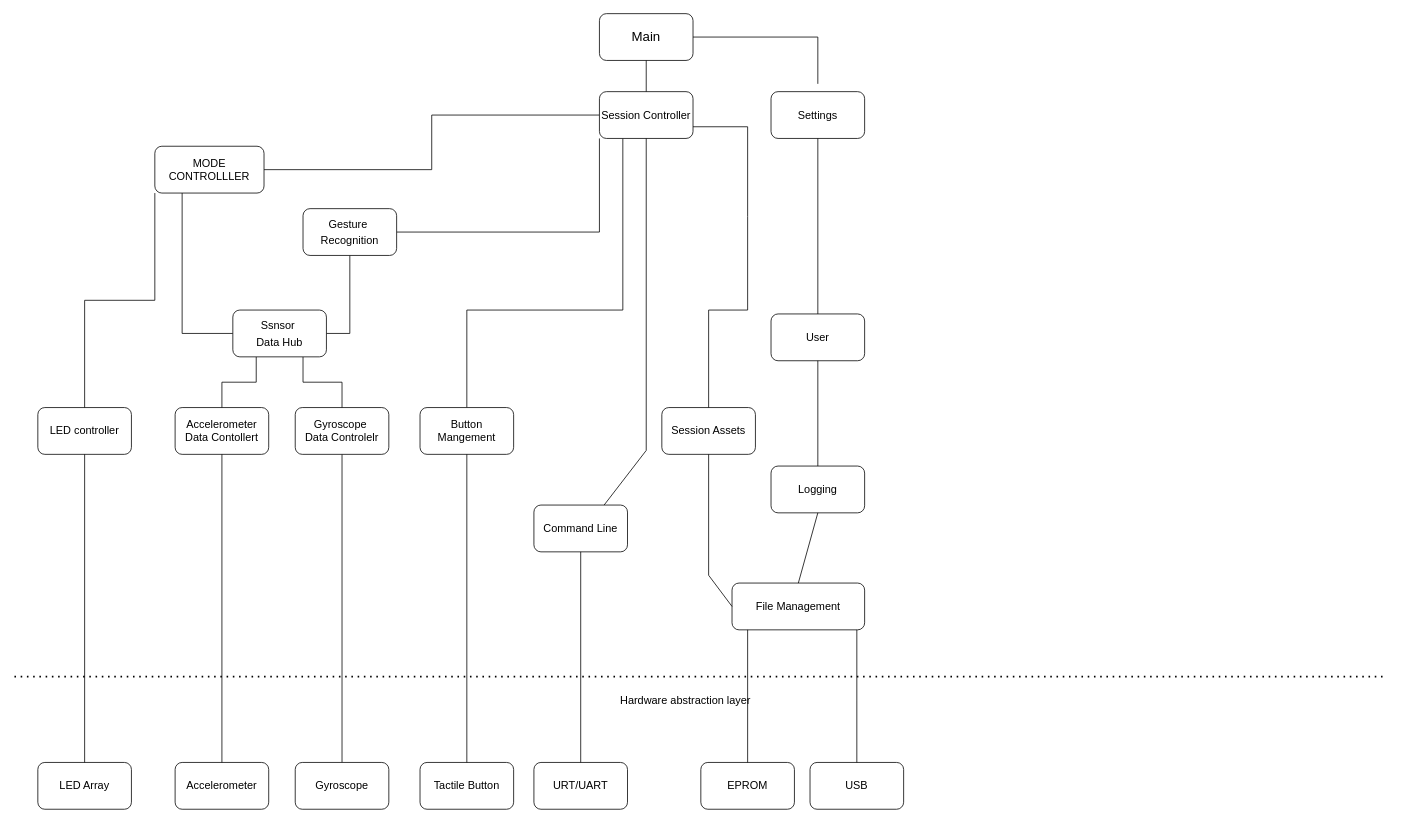
Above: page "HoC" (3 of 4) of homework_week_6/Assets/Final_project.drawio in error404notfound/making-embedded-systems-homework (draw.io), before the change. Source tidied: cells renumbered, new cells numbered last; positions are measured from the earlier drawing's top-left corner, leaving out a move shared by most shapes. Both pictures are drawn from the tidied source at 78%, with x=0, y=0 at pixel (14, 13).
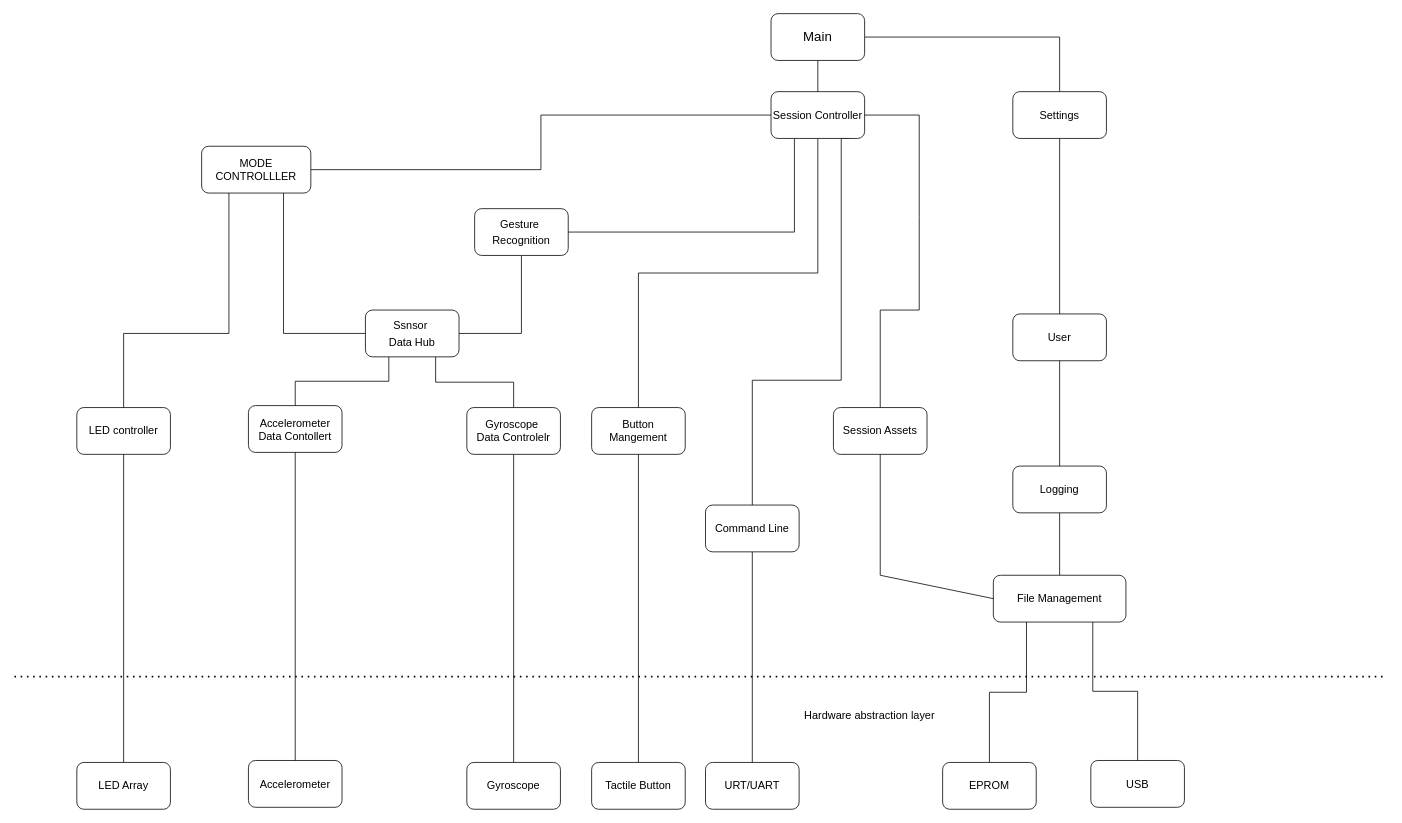
The same page after the edit.

What changed in the source:
```diff
@@
+    <mxCell id="49" style="edgeStyle=orthogonalEdgeStyle;rounded=0;jettySize=auto;html=1;exitX=1;exitY=0.5;exitDx=0;exitDy=0;entryX=0.5;entryY=0;entryDx=0;entryDy=0;endArrow=none;endFill=0;" parent="1" edge="1" source="2" target="24">
+      <mxGeometry relative="1" as="geometry" />
+    </mxCell>
     <mxCell id="2" value="Main" style="rounded=1;whiteSpace=wrap;html=1;fontSize=17;" parent="1" vertex="1">
-      <mxGeometry x="750" width="120" height="60" as="geometry" />
+      <mxGeometry x="970" width="120" height="60" as="geometry" />
     </mxCell>
-    <mxCell id="3" style="edgeStyle=orthogonalEdgeStyle;rounded=0;jettySize=auto;html=1;exitX=1;exitY=0.5;exitDx=0;exitDy=0;endArrow=none;endFill=0;entryX=0;entryY=1;entryDx=0;entryDy=0;" parent="1" edge="1" source="5" target="13">
-      <mxGeometry relative="1" as="geometry">
-        <Array as="points">
-          <mxPoint x="750" y="280" />
-        </Array>
-      </mxGeometry>
-    </mxCell>
@@
     <mxCell id="5" value="&lt;font style=&quot;font-size: 14px&quot;&gt;Gesture&amp;nbsp;&lt;br&gt;Recognition&lt;br&gt;&lt;/font&gt;" style="rounded=1;whiteSpace=wrap;html=1;fontSize=17;" parent="1" vertex="1">
-      <mxGeometry x="370" y="250" width="120" height="60" as="geometry" />
+      <mxGeometry x="590" y="250" width="120" height="60" as="geometry" />
     </mxCell>
     <mxCell id="6" value="Command Line" style="rounded=1;whiteSpace=wrap;html=1;fontSize=14;" parent="1" vertex="1">
-      <mxGeometry x="666" y="630" width="120" height="60" as="geometry" />
+      <mxGeometry x="886" y="630" width="120" height="60" as="geometry" />
     </mxCell>
+    <mxCell id="50" style="edgeStyle=orthogonalEdgeStyle;rounded=0;jettySize=auto;html=1;exitX=0.5;exitY=1;exitDx=0;exitDy=0;endArrow=none;endFill=0;" parent="1" edge="1" source="7" target="30">
+      <mxGeometry relative="1" as="geometry" />
+    </mxCell>
     <mxCell id="7" value="Logging" style="rounded=1;whiteSpace=wrap;html=1;fontSize=14;" parent="1" vertex="1">
-      <mxGeometry x="970" y="580" width="120" height="60" as="geometry" />
+      <mxGeometry x="1280" y="580" width="120" height="60" as="geometry" />
     </mxCell>
     <mxCell id="8" value="LED controller" style="rounded=1;whiteSpace=wrap;html=1;fontSize=14;" parent="1" vertex="1">
-      <mxGeometry x="30" y="505" width="120" height="60" as="geometry" />
+      <mxGeometry x="80" y="505" width="120" height="60" as="geometry" />
     </mxCell>
-    <mxCell id="9" style="edgeStyle=orthogonalEdgeStyle;rounded=0;jettySize=auto;html=1;entryX=0.25;entryY=1;entryDx=0;entryDy=0;endArrow=none;endFill=0;" parent="1" edge="1" source="10" target="13">
-      <mxGeometry relative="1" as="geometry">
-        <Array as="points">
-          <mxPoint x="580" y="380" />
-          <mxPoint x="780" y="380" />
-        </Array>
-      </mxGeometry>
-    </mxCell>
     <mxCell id="10" value="Button Mangement" style="rounded=1;whiteSpace=wrap;html=1;fontSize=14;" parent="1" vertex="1">
-      <mxGeometry x="520" y="505" width="120" height="60" as="geometry" />
+      <mxGeometry x="740" y="505" width="120" height="60" as="geometry" />
     </mxCell>
     <mxCell id="11" value="User" style="rounded=1;whiteSpace=wrap;html=1;fontSize=14;" parent="1" vertex="1">
-      <mxGeometry x="970" y="385" width="120" height="60" as="geometry" />
+      <mxGeometry x="1280" y="385" width="120" height="60" as="geometry" />
     </mxCell>
@@
+    <mxCell id="51" style="edgeStyle=orthogonalEdgeStyle;rounded=0;jettySize=auto;html=1;entryX=0.5;entryY=0;entryDx=0;entryDy=0;endArrow=none;endFill=0;" parent="1" edge="1" target="6">
+      <mxGeometry relative="1" as="geometry">
+        <mxPoint x="1070" y="160" as="sourcePoint" />
+        <Array as="points">
+          <mxPoint x="1060" y="470" />
+          <mxPoint x="946" y="470" />
+        </Array>
+      </mxGeometry>
+    </mxCell>
+    <mxCell id="52" style="edgeStyle=orthogonalEdgeStyle;rounded=0;jettySize=auto;html=1;exitX=0.5;exitY=1;exitDx=0;exitDy=0;entryX=0.5;entryY=0;entryDx=0;entryDy=0;endArrow=none;endFill=0;" parent="1" edge="1" source="13" target="10">
+      <mxGeometry relative="1" as="geometry" />
+    </mxCell>
+    <mxCell id="53" style="edgeStyle=orthogonalEdgeStyle;rounded=0;jettySize=auto;html=1;exitX=0.25;exitY=1;exitDx=0;exitDy=0;entryX=1;entryY=0.5;entryDx=0;entryDy=0;endArrow=none;endFill=0;" parent="1" edge="1" source="13" target="5">
+      <mxGeometry relative="1" as="geometry" />
+    </mxCell>
     <mxCell id="13" value="Session Controller" style="rounded=1;whiteSpace=wrap;html=1;fontSize=14;" parent="1" vertex="1">
-      <mxGeometry x="750" y="100" width="120" height="60" as="geometry" />
+      <mxGeometry x="970" y="100" width="120" height="60" as="geometry" />
     </mxCell>
-    <mxCell id="14" style="edgeStyle=orthogonalEdgeStyle;rounded=0;jettySize=auto;html=1;exitX=0;exitY=1;exitDx=0;exitDy=0;endArrow=none;endFill=0;" parent="1" edge="1" source="16" target="8">
-      <mxGeometry relative="1" as="geometry" />
+    <mxCell id="14" style="edgeStyle=orthogonalEdgeStyle;rounded=0;jettySize=auto;html=1;exitX=0.25;exitY=1;exitDx=0;exitDy=0;endArrow=none;endFill=0;" parent="1" edge="1" source="16" target="8">
+      <mxGeometry relative="1" as="geometry">
+        <Array as="points">
+          <mxPoint x="275" y="410" />
+          <mxPoint x="140" y="410" />
+        </Array>
+      </mxGeometry>
     </mxCell>
-    <mxCell id="15" style="edgeStyle=orthogonalEdgeStyle;rounded=0;jettySize=auto;html=1;exitX=0.25;exitY=1;exitDx=0;exitDy=0;entryX=0;entryY=0.5;entryDx=0;entryDy=0;endArrow=none;endFill=0;" parent="1" edge="1" source="16" target="46">
+    <mxCell id="15" style="edgeStyle=orthogonalEdgeStyle;rounded=0;jettySize=auto;html=1;exitX=0.75;exitY=1;exitDx=0;exitDy=0;entryX=0;entryY=0.5;entryDx=0;entryDy=0;endArrow=none;endFill=0;" parent="1" edge="1" source="16" target="46">
       <mxGeometry relative="1" as="geometry" />
     </mxCell>
     <mxCell id="16" value="MODE&lt;br&gt;CONTROLLLER&lt;br&gt;" style="rounded=1;whiteSpace=wrap;html=1;fontSize=14;" parent="1" vertex="1">
-      <mxGeometry x="180" y="170" width="140" height="60" as="geometry" />
+      <mxGeometry x="240" y="170" width="140" height="60" as="geometry" />
     </mxCell>
     <mxCell id="17" value="Session Assets" style="rounded=1;whiteSpace=wrap;html=1;fontSize=14;" parent="1" vertex="1">
-      <mxGeometry x="830" y="505" width="120" height="60" as="geometry" />
+      <mxGeometry x="1050" y="505" width="120" height="60" as="geometry" />
     </mxCell>
@@
     <mxCell id="19" value="LED Array" style="rounded=1;whiteSpace=wrap;html=1;fontSize=14;" parent="1" vertex="1">
-      <mxGeometry x="30" y="960" width="120" height="60" as="geometry" />
+      <mxGeometry x="80" y="960" width="120" height="60" as="geometry" />
     </mxCell>
     <mxCell id="20" value="USB" style="rounded=1;whiteSpace=wrap;html=1;fontSize=14;" parent="1" vertex="1">
-      <mxGeometry x="1020" y="960" width="120" height="60" as="geometry" />
+      <mxGeometry x="1380" y="957.5" width="120" height="60" as="geometry" />
     </mxCell>
     <mxCell id="21" value="URT/UART" style="rounded=1;whiteSpace=wrap;html=1;fontSize=14;" parent="1" vertex="1">
-      <mxGeometry x="666" y="960" width="120" height="60" as="geometry" />
+      <mxGeometry x="886" y="960" width="120" height="60" as="geometry" />
     </mxCell>
     <mxCell id="22" value="Tactile Button" style="rounded=1;whiteSpace=wrap;html=1;fontSize=14;" parent="1" vertex="1">
-      <mxGeometry x="520" y="960" width="120" height="60" as="geometry" />
+      <mxGeometry x="740" y="960" width="120" height="60" as="geometry" />
     </mxCell>
     <mxCell id="23" value="Accelerometer Data Contollert" style="rounded=1;whiteSpace=wrap;html=1;fontSize=14;" parent="1" vertex="1">
-      <mxGeometry x="206" y="505" width="120" height="60" as="geometry" />
+      <mxGeometry x="300" y="502.5" width="120" height="60" as="geometry" />
     </mxCell>
     <mxCell id="24" value="Settings" style="rounded=1;whiteSpace=wrap;html=1;fontSize=14;" parent="1" vertex="1">
-      <mxGeometry x="970" y="100" width="120" height="60" as="geometry" />
+      <mxGeometry x="1280" y="100" width="120" height="60" as="geometry" />
     </mxCell>
     <mxCell id="25" value="Accelerometer" style="rounded=1;whiteSpace=wrap;html=1;fontSize=14;" parent="1" vertex="1">
-      <mxGeometry x="206" y="960" width="120" height="60" as="geometry" />
+      <mxGeometry x="300" y="957.5" width="120" height="60" as="geometry" />
     </mxCell>
-    <mxCell id="26" style="endArrow=none;html=1;rounded=0;fontSize=14;entryX=1;entryY=0.75;entryDx=0;entryDy=0;exitX=0.5;exitY=0;exitDx=0;exitDy=0;" parent="1" edge="1" source="17" target="13">
+    <mxCell id="26" style="endArrow=none;html=1;rounded=0;fontSize=14;entryX=1;entryY=0.5;entryDx=0;entryDy=0;exitX=0.5;exitY=0;exitDx=0;exitDy=0;" parent="1" edge="1" source="17" target="13">
       <mxGeometry relative="1" as="geometry">
         <Array as="points">
-          <mxPoint x="890" y="380" />
-          <mxPoint x="940" y="380" />
-          <mxPoint x="940" y="260" />
-          <mxPoint x="940" y="145" />
+          <mxPoint x="1110" y="380" />
+          <mxPoint x="1160" y="380" />
+          <mxPoint x="1160" y="260" />
+          <mxPoint x="1160" y="130" />
         </Array>
       </mxGeometry>
     </mxCell>
-    <mxCell id="27" style="endArrow=none;html=1;rounded=0;fontSize=14;exitX=1;exitY=0.5;exitDx=0;exitDy=0;" parent="1" edge="1" source="2">
-      <mxGeometry relative="1" as="geometry">
-        <mxPoint x="1030" y="90" as="targetPoint" />
-        <Array as="points">
-          <mxPoint x="1030" y="30" />
-        </Array>
-      </mxGeometry>
-    </mxCell>
@@
+    <mxCell id="54" style="edgeStyle=orthogonalEdgeStyle;rounded=0;jettySize=auto;html=1;exitX=0.25;exitY=1;exitDx=0;exitDy=0;entryX=0.5;entryY=0;entryDx=0;entryDy=0;endArrow=none;endFill=0;" parent="1" edge="1" source="30" target="47">
+      <mxGeometry relative="1" as="geometry" />
+    </mxCell>
+    <mxCell id="55" style="edgeStyle=orthogonalEdgeStyle;rounded=0;jettySize=auto;html=1;exitX=0.75;exitY=1;exitDx=0;exitDy=0;entryX=0.5;entryY=0;entryDx=0;entryDy=0;endArrow=none;endFill=0;" parent="1" edge="1" source="30" target="20">
+      <mxGeometry relative="1" as="geometry" />
+    </mxCell>
     <mxCell id="30" value="File Management" style="rounded=1;whiteSpace=wrap;html=1;fontSize=14;" parent="1" vertex="1">
-      <mxGeometry x="920" y="730" width="170" height="60" as="geometry" />
+      <mxGeometry x="1255" y="720" width="170" height="60" as="geometry" />
     </mxCell>
-    <mxCell id="31" style="endArrow=none;html=1;rounded=0;fontSize=14;exitX=0.5;exitY=0;exitDx=0;exitDy=0;entryX=0.5;entryY=1;entryDx=0;entryDy=0;" parent="1" edge="1" source="20">
-      <mxGeometry relative="1" as="geometry">
-        <mxPoint x="1080" y="790" as="targetPoint" />
-        <Array as="points">
-          <mxPoint x="1080" y="880" />
-        </Array>
-      </mxGeometry>
-    </mxCell>
-    <mxCell id="32" style="endArrow=none;html=1;rounded=0;fontSize=14;entryX=0.5;entryY=1;entryDx=0;entryDy=0;exitX=0.5;exitY=0;exitDx=0;exitDy=0;" parent="1" edge="1" source="30" target="7">
-      <mxGeometry relative="1" as="geometry" />
-    </mxCell>
     <mxCell id="33" style="endArrow=none;html=1;rounded=0;fontSize=14;entryX=0.5;entryY=1;entryDx=0;entryDy=0;exitX=0;exitY=0.5;exitDx=0;exitDy=0;" parent="1" edge="1" source="30" target="17">
       <mxGeometry relative="1" as="geometry">
         <Array as="points">
-          <mxPoint x="890" y="720" />
+          <mxPoint x="1110" y="720" />
         </Array>
       </mxGeometry>
     </mxCell>
@@
-    <mxCell id="36" style="endArrow=none;html=1;rounded=0;fontSize=14;exitX=0.75;exitY=0;exitDx=0;exitDy=0;entryX=0.5;entryY=1;entryDx=0;entryDy=0;" parent="1" edge="1" source="6" target="13">
-      <mxGeometry relative="1" as="geometry">
-        <Array as="points">
-          <mxPoint x="810" y="560" />
-        </Array>
-      </mxGeometry>
-    </mxCell>
@@
     <mxCell id="40" value="Hardware abstraction layer" style="text;html=1;align=center;verticalAlign=middle;fillColor=none;strokeColor=none;rounded=0;fontSize=14;" parent="1" vertex="1">
-      <mxGeometry x="770" y="870" width="180" height="20" as="geometry" />
+      <mxGeometry x="1006" y="890" width="180" height="20" as="geometry" />
     </mxCell>
@@
     <mxCell id="42" value="Gyroscope&amp;nbsp;&lt;br&gt;Data Controlelr" style="rounded=1;whiteSpace=wrap;html=1;fontSize=14;" parent="1" vertex="1">
-      <mxGeometry x="360" y="505" width="120" height="60" as="geometry" />
+      <mxGeometry x="580" y="505" width="120" height="60" as="geometry" />
     </mxCell>
     <mxCell id="43" value="Gyroscope" style="rounded=1;whiteSpace=wrap;html=1;fontSize=14;" parent="1" vertex="1">
-      <mxGeometry x="360" y="960" width="120" height="60" as="geometry" />
+      <mxGeometry x="580" y="960" width="120" height="60" as="geometry" />
     </mxCell>
@@
     <mxCell id="46" value="&lt;font style=&quot;font-size: 14px&quot;&gt;Ssnsor&amp;nbsp;&lt;br&gt;Data Hub&lt;br&gt;&lt;/font&gt;" style="rounded=1;whiteSpace=wrap;html=1;fontSize=17;" parent="1" vertex="1">
-      <mxGeometry x="280" y="380" width="120" height="60" as="geometry" />
+      <mxGeometry x="450" y="380" width="120" height="60" as="geometry" />
     </mxCell>
     <mxCell id="47" value="EPROM" style="rounded=1;whiteSpace=wrap;html=1;fontSize=14;" parent="1" vertex="1">
-      <mxGeometry x="880" y="960" width="120" height="60" as="geometry" />
+      <mxGeometry x="1190" y="960" width="120" height="60" as="geometry" />
     </mxCell>
-    <mxCell id="48" style="endArrow=none;html=1;rounded=0;fontSize=14;exitX=0.5;exitY=0;exitDx=0;exitDy=0;entryX=0.5;entryY=1;entryDx=0;entryDy=0;" parent="1" edge="1" source="47">
-      <mxGeometry relative="1" as="geometry">
-        <mxPoint x="940" y="790" as="targetPoint" />
-        <Array as="points">
-          <mxPoint x="940" y="880" />
-        </Array>
-      </mxGeometry>
-    </mxCell>
```
